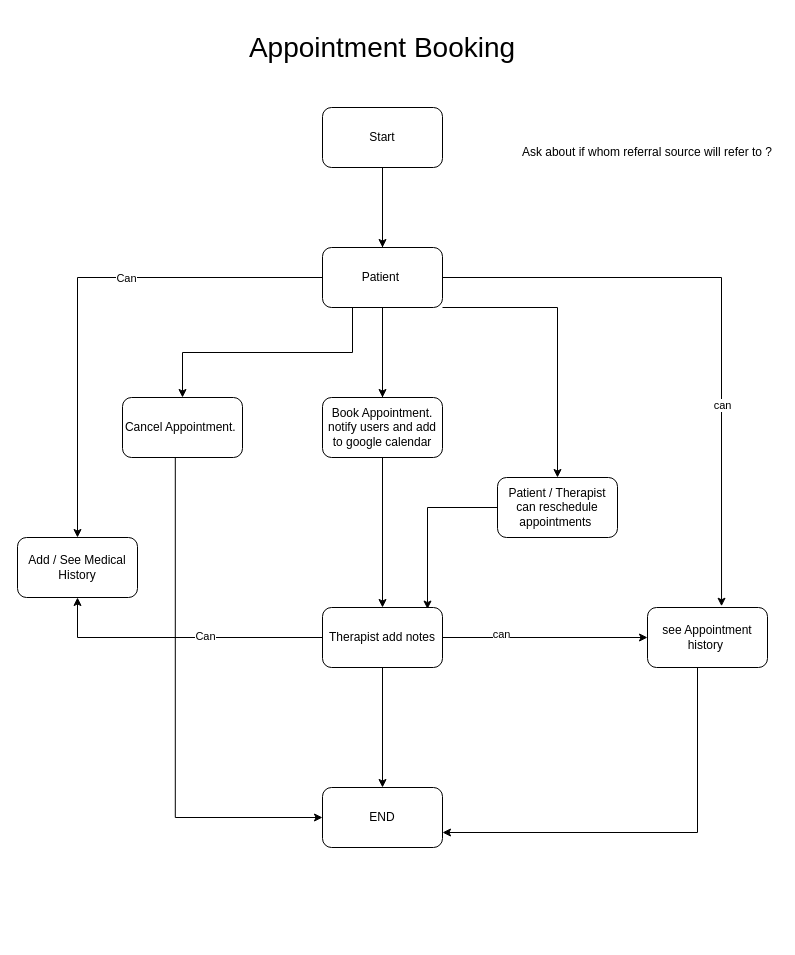
Earlier version of the draw.io diagram page "Appointment Booking" (2 of 2) of Untitled Diagram.drawio (neel045/acme-rockets). Source tidied: cells renumbered, new cells numbered last; positions are measured from the earlier drawing's top-left corner, leaving out a move shared by most shapes. Both pictures are drawn from the tidied source at 100%, with x=0, y=0 at pixel (17, 17).
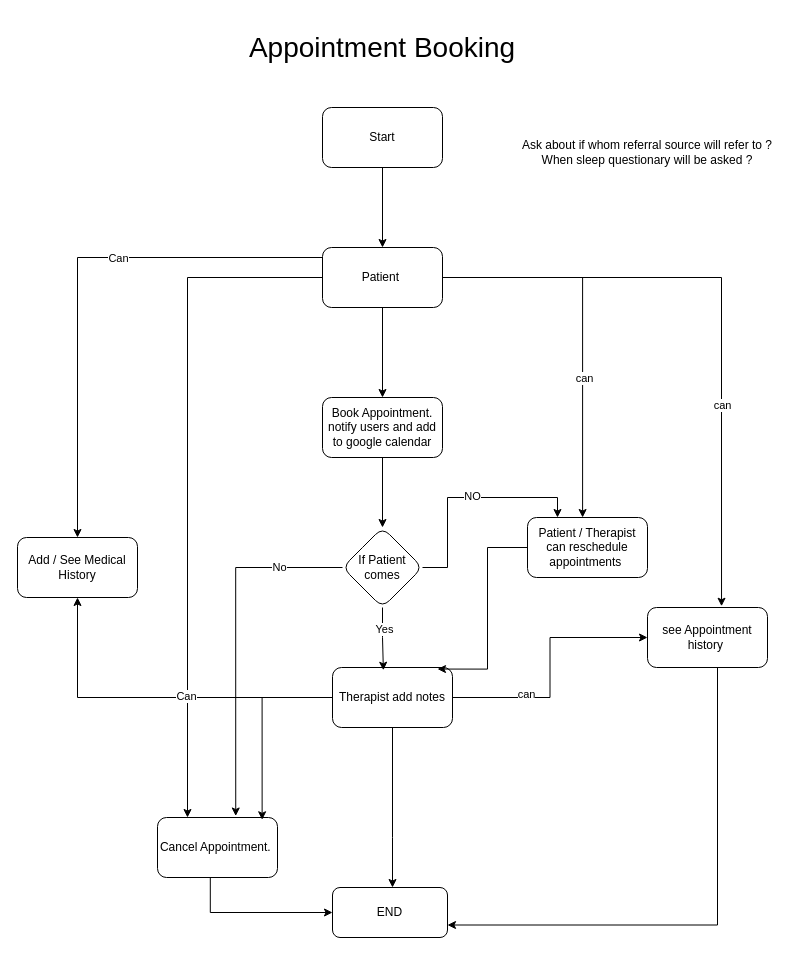
Above is the later version.

Unchanged cells that the change refers to:
```xml
<mxCell id="4" value="Start" style="rounded=1;whiteSpace=wrap;html=1;" parent="1" vertex="1">
  <mxGeometry x="305" y="90" width="120" height="60" as="geometry" />
</mxCell>
<mxCell id="10" value="Patient&amp;nbsp;" style="rounded=1;whiteSpace=wrap;html=1;" parent="1" vertex="1">
  <mxGeometry x="305" y="230" width="120" height="60" as="geometry" />
</mxCell>
<mxCell id="11" value="Add / See Medical Hi&lt;span style=&quot;background-color: transparent; color: light-dark(rgb(0, 0, 0), rgb(255, 255, 255));&quot;&gt;story&lt;/span&gt;" style="rounded=1;whiteSpace=wrap;html=1;" parent="1" vertex="1">
  <mxGeometry y="520" width="120" height="60" as="geometry" />
</mxCell>
<mxCell id="13" value="Book Appointment. notify users and add to google calendar" style="rounded=1;whiteSpace=wrap;html=1;" parent="1" vertex="1">
  <mxGeometry x="305" y="380" width="120" height="60" as="geometry" />
</mxCell>
<mxCell id="22" value="see Appointment history&amp;nbsp;" style="rounded=1;whiteSpace=wrap;html=1;" parent="1" vertex="1">
  <mxGeometry x="630" y="590" width="120" height="60" as="geometry" />
</mxCell>
```

Diff of the diagram source:
```diff
@@
-    <mxCell id="3" style="edgeStyle=orthogonalEdgeStyle;rounded=0;jettySize=auto;html=1;" parent="1" edge="1" source="4" target="19">
-      <mxGeometry relative="1" as="geometry" />
-    </mxCell>
@@
     <mxCell id="6" style="edgeStyle=orthogonalEdgeStyle;rounded=0;jettySize=auto;html=1;" parent="1" edge="1" source="10" target="11">
-      <mxGeometry relative="1" as="geometry" />
+      <mxGeometry relative="1" as="geometry">
+        <Array as="points">
+          <mxPoint x="60" y="240" />
+        </Array>
+      </mxGeometry>
     </mxCell>
@@
-    <mxCell id="9" style="edgeStyle=orthogonalEdgeStyle;rounded=0;jettySize=auto;html=1;exitX=0.25;exitY=1;exitDx=0;exitDy=0;entryX=0.5;entryY=0;entryDx=0;entryDy=0;" parent="1" edge="1" source="10" target="28">
-      <mxGeometry relative="1" as="geometry" />
+    <mxCell id="9" style="edgeStyle=orthogonalEdgeStyle;rounded=0;jettySize=auto;html=1;exitX=0.25;exitY=1;exitDx=0;exitDy=0;entryX=0.25;entryY=0;entryDx=0;entryDy=0;" parent="1" edge="1" target="28">
+      <mxGeometry relative="1" as="geometry">
+        <mxPoint x="305" y="260" as="sourcePoint" />
+        <Array as="points">
+          <mxPoint x="170" y="260" />
+        </Array>
+      </mxGeometry>
     </mxCell>
@@
-    <mxCell id="12" style="edgeStyle=orthogonalEdgeStyle;rounded=0;jettySize=auto;html=1;exitX=1;exitY=1;exitDx=0;exitDy=0;" parent="1" edge="1" source="10" target="25">
+    <mxCell id="12" style="edgeStyle=orthogonalEdgeStyle;rounded=0;jettySize=auto;html=1;exitX=1;exitY=0.5;exitDx=0;exitDy=0;" parent="1" edge="1" source="10">
       <mxGeometry relative="1" as="geometry">
+        <mxPoint x="565.1" y="500" as="targetPoint" />
         <Array as="points">
-          <mxPoint x="540" y="290" />
+          <mxPoint x="565" y="260" />
         </Array>
       </mxGeometry>
     </mxCell>
+    <mxCell id="30" value="can" style="edgeLabel;html=1;align=center;verticalAlign=middle;" parent="12" vertex="1">
+      <mxGeometry x="0.27" y="1" relative="1" as="geometry" />
+    </mxCell>
+    <mxCell id="31" style="edgeStyle=orthogonalEdgeStyle;rounded=0;jettySize=auto;html=1;" parent="1" edge="1" source="13" target="35">
+      <mxGeometry relative="1" as="geometry" />
+    </mxCell>
@@
     <mxCell id="16" style="edgeStyle=orthogonalEdgeStyle;rounded=0;jettySize=auto;html=1;" parent="1" edge="1" source="19" target="20">
-      <mxGeometry relative="1" as="geometry" />
+      <mxGeometry relative="1" as="geometry">
+        <Array as="points">
+          <mxPoint x="375" y="820" />
+          <mxPoint x="375" y="820" />
+        </Array>
+      </mxGeometry>
     </mxCell>
@@
     <mxCell id="19" value="Therapist add notes" style="rounded=1;whiteSpace=wrap;html=1;" parent="1" vertex="1">
-      <mxGeometry x="305" y="590" width="120" height="60" as="geometry" />
+      <mxGeometry x="315" y="650" width="120" height="60" as="geometry" />
     </mxCell>
     <mxCell id="20" value="END" style="rounded=1;whiteSpace=wrap;html=1;" parent="1" vertex="1">
-      <mxGeometry x="305" y="770" width="120" height="60" as="geometry" />
+      <mxGeometry x="315" y="870" width="115" height="50" as="geometry" />
     </mxCell>
     <mxCell id="21" style="edgeStyle=orthogonalEdgeStyle;rounded=0;jettySize=auto;html=1;entryX=1;entryY=0.75;entryDx=0;entryDy=0;" parent="1" edge="1" source="22" target="20">
       <mxGeometry relative="1" as="geometry">
         <Array as="points">
-          <mxPoint x="680" y="815" />
+          <mxPoint x="700" y="907" />
         </Array>
       </mxGeometry>
     </mxCell>
@@
     <mxCell id="25" value="Patient / Therapist can reschedule appointments&amp;nbsp;" style="whiteSpace=wrap;html=1;rounded=1;" parent="1" vertex="1">
-      <mxGeometry x="480" y="460" width="120" height="60" as="geometry" />
+      <mxGeometry x="510" y="500" width="120" height="60" as="geometry" />
     </mxCell>
     <mxCell id="26" style="edgeStyle=orthogonalEdgeStyle;rounded=0;jettySize=auto;html=1;entryX=0.875;entryY=0.026;entryDx=0;entryDy=0;entryPerimeter=0;" parent="1" edge="1" source="25" target="19">
-      <mxGeometry relative="1" as="geometry" />
+      <mxGeometry relative="1" as="geometry">
+        <Array as="points">
+          <mxPoint x="470" y="530" />
+          <mxPoint x="470" y="652" />
+        </Array>
+      </mxGeometry>
     </mxCell>
@@
     <mxCell id="28" value="Cancel Appointment.&amp;nbsp;" style="rounded=1;whiteSpace=wrap;html=1;" parent="1" vertex="1">
-      <mxGeometry x="105" y="380" width="120" height="60" as="geometry" />
+      <mxGeometry x="140" y="800" width="120" height="60" as="geometry" />
     </mxCell>
-    <mxCell id="29" value="Ask about if whom referral source will refer to ?" style="text;html=1;align=center;verticalAlign=middle;whiteSpace=wrap;rounded=0;" parent="1" vertex="1">
+    <mxCell id="29" value="Ask about if whom referral source will refer to ?&lt;div&gt;When sleep questionary will be asked ?&lt;/div&gt;" style="text;html=1;align=center;verticalAlign=middle;whiteSpace=wrap;rounded=0;" parent="1" vertex="1">
       <mxGeometry x="500" y="120" width="260" height="30" as="geometry" />
     </mxCell>
+    <mxCell id="32" style="edgeStyle=orthogonalEdgeStyle;rounded=0;jettySize=auto;html=1;entryX=0.872;entryY=0.038;entryDx=0;entryDy=0;entryPerimeter=0;" parent="1" edge="1" source="19" target="28">
+      <mxGeometry relative="1" as="geometry" />
+    </mxCell>
+    <mxCell id="33" style="edgeStyle=orthogonalEdgeStyle;rounded=0;jettySize=auto;html=1;entryX=0.25;entryY=0;entryDx=0;entryDy=0;" parent="1" edge="1" source="35" target="25">
+      <mxGeometry relative="1" as="geometry">
+        <Array as="points">
+          <mxPoint x="430" y="550" />
+          <mxPoint x="430" y="480" />
+          <mxPoint x="540" y="480" />
+        </Array>
+      </mxGeometry>
+    </mxCell>
+    <mxCell id="34" value="NO" style="edgeLabel;html=1;align=center;verticalAlign=middle;" parent="33" vertex="1">
+      <mxGeometry x="0.05" y="2" relative="1" as="geometry">
+        <mxPoint x="1" as="offset" />
+      </mxGeometry>
+    </mxCell>
+    <mxCell id="35" value="If Patient comes" style="rhombus;whiteSpace=wrap;html=1;rounded=1;" parent="1" vertex="1">
+      <mxGeometry x="325" y="510" width="80" height="80" as="geometry" />
+    </mxCell>
+    <mxCell id="36" style="edgeStyle=orthogonalEdgeStyle;rounded=0;jettySize=auto;html=1;entryX=0.424;entryY=0.046;entryDx=0;entryDy=0;entryPerimeter=0;" parent="1" edge="1" source="35" target="19">
+      <mxGeometry relative="1" as="geometry" />
+    </mxCell>
+    <mxCell id="37" value="Yes" style="edgeLabel;html=1;align=center;verticalAlign=middle;" parent="36" vertex="1">
+      <mxGeometry x="-0.33" y="1" relative="1" as="geometry" />
+    </mxCell>
+    <mxCell id="38" style="edgeStyle=orthogonalEdgeStyle;rounded=0;jettySize=auto;html=1;exitX=0;exitY=0.5;exitDx=0;exitDy=0;entryX=0.652;entryY=-0.025;entryDx=0;entryDy=0;entryPerimeter=0;" parent="1" edge="1" source="35" target="28">
+      <mxGeometry relative="1" as="geometry" />
+    </mxCell>
+    <mxCell id="39" value="No" style="edgeLabel;html=1;align=center;verticalAlign=middle;" parent="38" vertex="1">
+      <mxGeometry x="-0.64" y="-1" relative="1" as="geometry" />
+    </mxCell>
```
